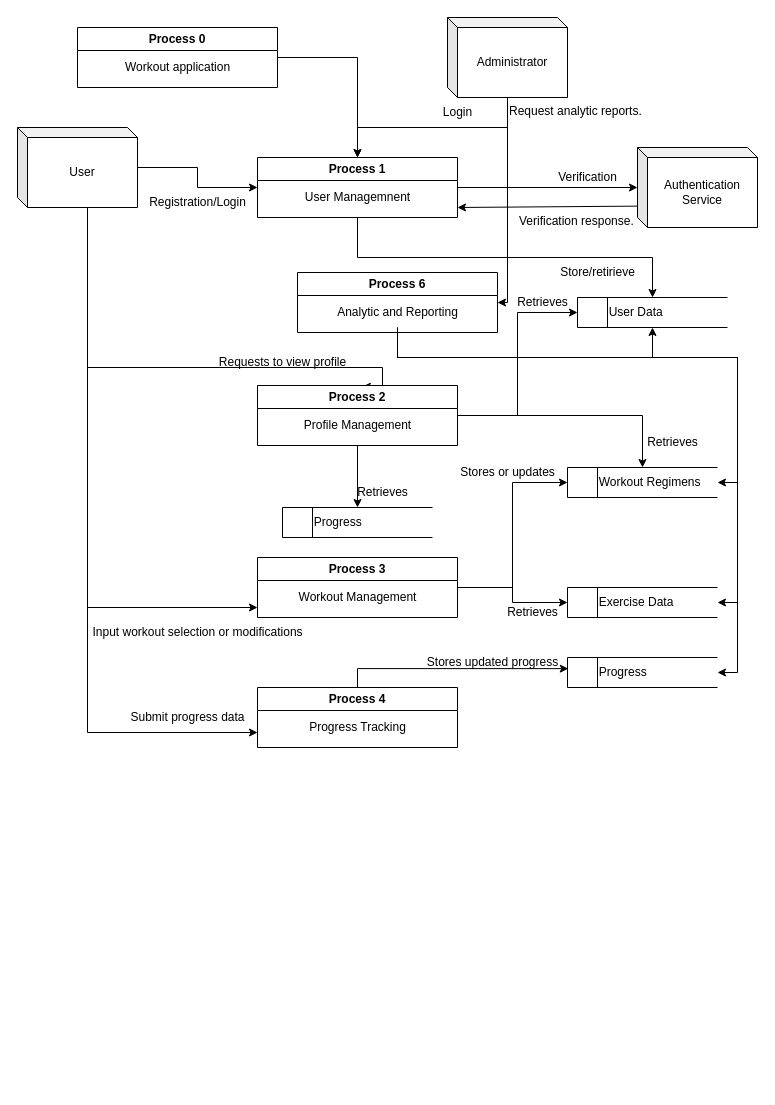
This is lib/Untitled Diagram.drawio from TraseRRR98/workout_plan, a draw.io file, before an edit. Source tidied: cells renumbered, new cells numbered last; positions are measured from the earlier drawing's top-left corner, leaving out a move shared by most shapes. Both pictures are drawn from the tidied source at 100%, with x=0, y=0 at pixel (17, 17).
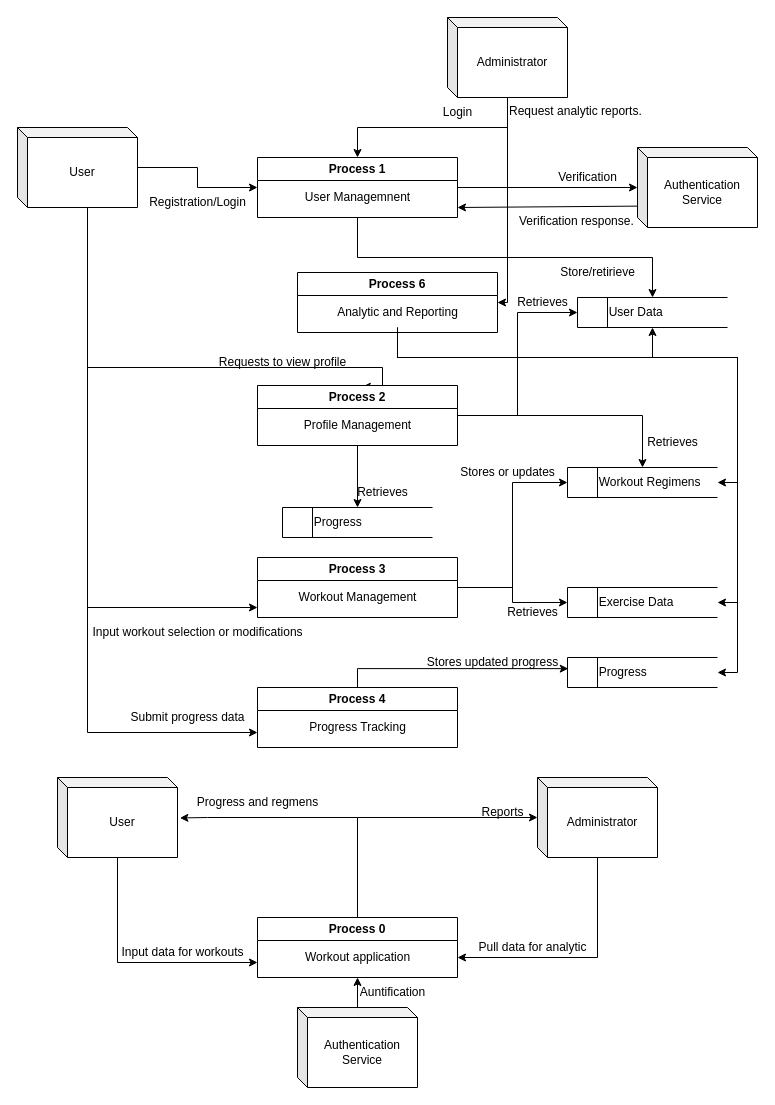
The same page after the edit.

The change refers to these unchanged cells:
```xml
<mxCell id="17" value="Process 1" style="swimlane;whiteSpace=wrap;html=1;" parent="1" vertex="1">
  <mxGeometry x="240" y="140" width="200" height="60" as="geometry" />
</mxCell>
```

The edit, as a diff of the source:
```diff
@@
-    <mxCell id="13" style="edgeStyle=orthogonalEdgeStyle;rounded=0;jettySize=auto;html=1;entryX=0.5;entryY=0;entryDx=0;entryDy=0;" parent="1" edge="1" source="14" target="17">
-      <mxGeometry relative="1" as="geometry">
-        <Array as="points">
-          <mxPoint x="340" y="40" />
-        </Array>
-      </mxGeometry>
-    </mxCell>
     <mxCell id="14" value="Process 0" style="swimlane;whiteSpace=wrap;html=1;" parent="1" vertex="1">
-      <mxGeometry x="60" y="10" width="200" height="60" as="geometry" />
+      <mxGeometry x="240" y="900" width="200" height="60" as="geometry" />
     </mxCell>
@@
+    <mxCell id="57" style="edgeStyle=orthogonalEdgeStyle;rounded=0;jettySize=auto;html=1;entryX=0;entryY=0.75;entryDx=0;entryDy=0;" parent="1" edge="1" source="58" target="14">
+      <mxGeometry relative="1" as="geometry">
+        <Array as="points">
+          <mxPoint x="100" y="945" />
+        </Array>
+      </mxGeometry>
+    </mxCell>
+    <mxCell id="58" value="User" style="shape=cube;whiteSpace=wrap;html=1;boundedLbl=1;backgroundOutline=1;darkOpacity=0.05;darkOpacity2=0.1;size=10;" parent="1" vertex="1">
+      <mxGeometry x="40" y="760" width="120" height="80" as="geometry" />
+    </mxCell>
+    <mxCell id="59" style="edgeStyle=orthogonalEdgeStyle;rounded=0;jettySize=auto;html=1;" parent="1" edge="1" source="60">
+      <mxGeometry relative="1" as="geometry">
+        <mxPoint x="440" y="940" as="targetPoint" />
+        <Array as="points">
+          <mxPoint x="580" y="940" />
+          <mxPoint x="440" y="940" />
+        </Array>
+      </mxGeometry>
+    </mxCell>
+    <mxCell id="60" value="Administrator" style="shape=cube;whiteSpace=wrap;html=1;boundedLbl=1;backgroundOutline=1;darkOpacity=0.05;darkOpacity2=0.1;size=10;" parent="1" vertex="1">
+      <mxGeometry x="520" y="760" width="120" height="80" as="geometry" />
+    </mxCell>
+    <mxCell id="61" value="Pull data for analytic" style="text;html=1;align=center;verticalAlign=middle;strokeColor=none;fillColor=none;" parent="1" vertex="1">
+      <mxGeometry x="450" y="915" width="130" height="30" as="geometry" />
+    </mxCell>
+    <mxCell id="62" value="Input data for workouts" style="text;html=1;align=center;verticalAlign=middle;strokeColor=none;fillColor=none;" parent="1" vertex="1">
+      <mxGeometry x="90" y="920" width="150" height="30" as="geometry" />
+    </mxCell>
+    <mxCell id="63" style="edgeStyle=orthogonalEdgeStyle;rounded=0;jettySize=auto;html=1;entryX=0;entryY=0.5;entryDx=0;entryDy=0;entryPerimeter=0;" parent="1" edge="1" source="14" target="60">
+      <mxGeometry relative="1" as="geometry">
+        <Array as="points">
+          <mxPoint x="340" y="800" />
+        </Array>
+      </mxGeometry>
+    </mxCell>
+    <mxCell id="64" value="Reports" style="text;html=1;align=center;verticalAlign=middle;strokeColor=none;fillColor=none;" parent="1" vertex="1">
+      <mxGeometry x="450" y="780" width="70" height="30" as="geometry" />
+    </mxCell>
+    <mxCell id="65" style="edgeStyle=orthogonalEdgeStyle;rounded=0;jettySize=auto;html=1;entryX=1.02;entryY=0.506;entryDx=0;entryDy=0;entryPerimeter=0;" parent="1" edge="1" source="14" target="58">
+      <mxGeometry relative="1" as="geometry">
+        <Array as="points">
+          <mxPoint x="340" y="800" />
+          <mxPoint x="190" y="800" />
+        </Array>
+      </mxGeometry>
+    </mxCell>
+    <mxCell id="66" value="Progress and regmens" style="text;html=1;align=center;verticalAlign=middle;strokeColor=none;fillColor=none;" parent="1" vertex="1">
+      <mxGeometry x="170" y="770" width="140" height="30" as="geometry" />
+    </mxCell>
+    <mxCell id="67" style="edgeStyle=orthogonalEdgeStyle;rounded=0;jettySize=auto;html=1;entryX=0.5;entryY=1;entryDx=0;entryDy=0;" parent="1" edge="1" source="68" target="14">
+      <mxGeometry relative="1" as="geometry" />
+    </mxCell>
+    <mxCell id="68" value="Authentication Service" style="shape=cube;whiteSpace=wrap;html=1;boundedLbl=1;backgroundOutline=1;darkOpacity=0.05;darkOpacity2=0.1;size=10;" parent="1" vertex="1">
+      <mxGeometry x="280" y="990" width="120" height="80" as="geometry" />
+    </mxCell>
+    <mxCell id="69" value="Auntification" style="text;html=1;align=center;verticalAlign=middle;strokeColor=none;fillColor=none;" parent="1" vertex="1">
+      <mxGeometry x="330" y="960" width="90" height="30" as="geometry" />
+    </mxCell>
```
